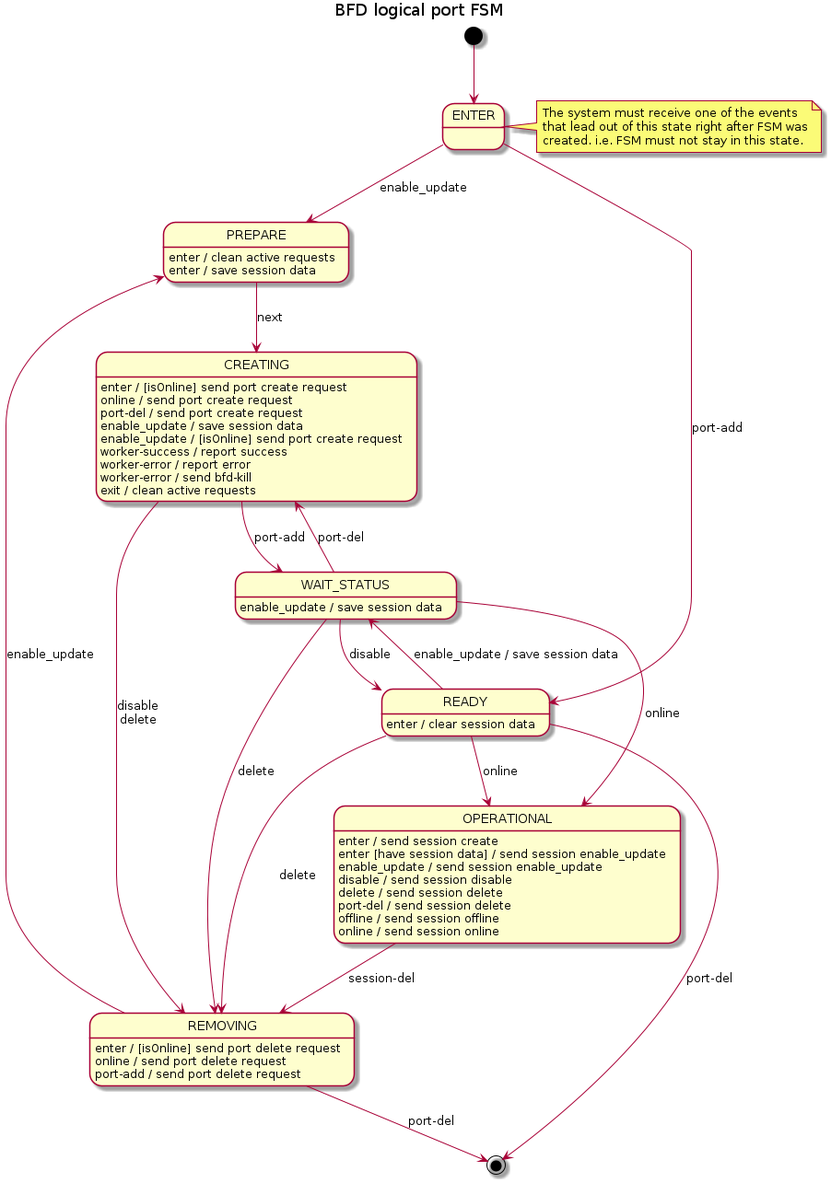
Before: docs/design/network-discovery/bfd-logical-port-FSM.png, a diagram exported from PlantUML (telstra/open-kilda).
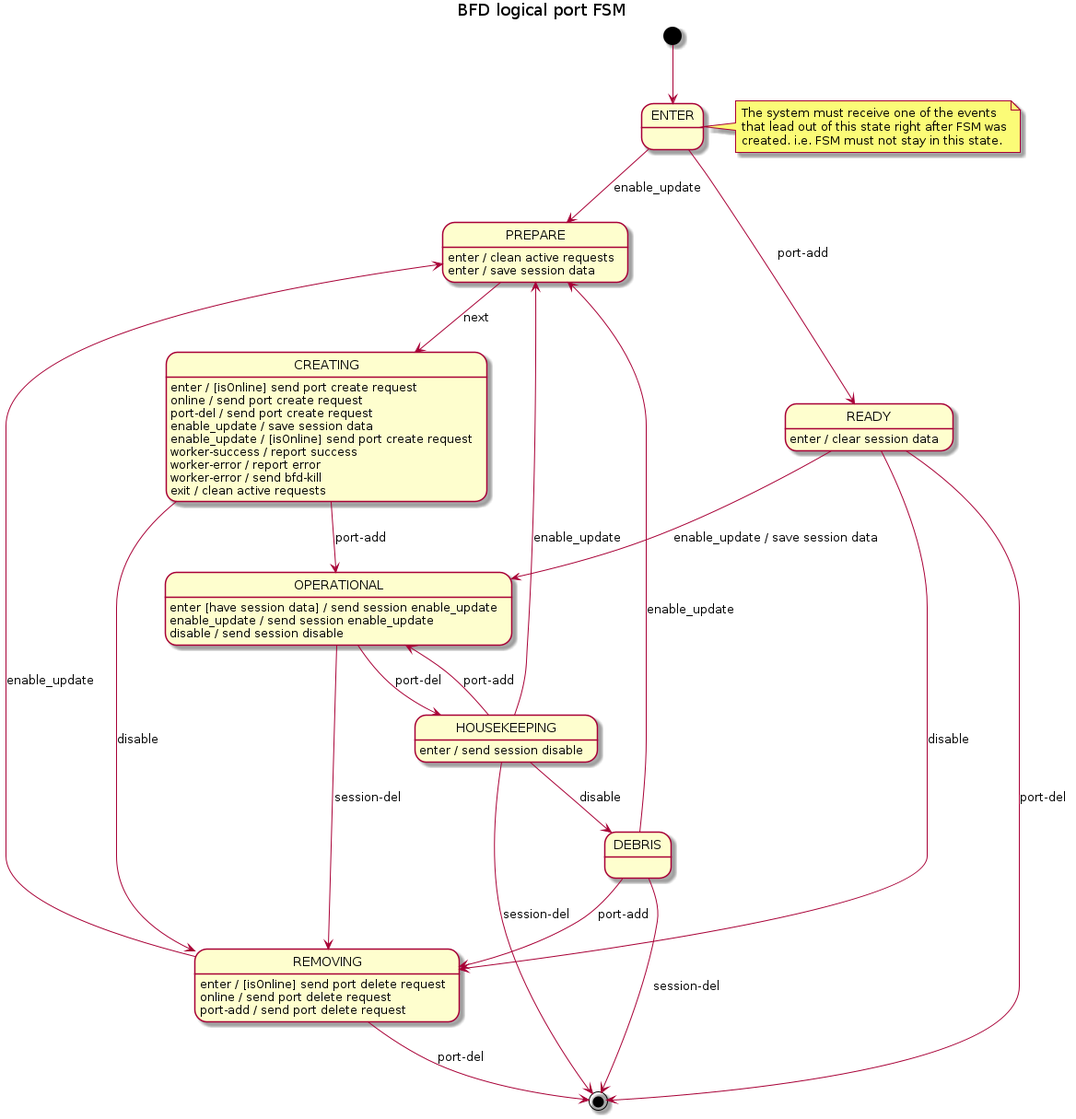
The same file after the commit.

Diff of the diagram source:
```diff
@@ -15,14 +15,13 @@
 PREPARE: enter / clean active requests
 PREPARE: enter / save session data
 
-READY --> OPERATIONAL : online
-READY --> WAIT_STATUS : enable_update / save session data
-READY --> REMOVING : delete
+READY --> OPERATIONAL : enable_update / save session data
+READY --> REMOVING : disable
 READY --> [*] : port-del
 READY : enter / clear session data
 
-CREATING --> WAIT_STATUS : port-add
-CREATING --> REMOVING : disable\ndelete
+CREATING --> OPERATIONAL : port-add
+CREATING -> REMOVING : disable
 CREATING: enter / [isOnline] send port create request
 CREATING: online / send port create request
 CREATING: port-del / send port create request
@@ -33,25 +32,26 @@
 CREATING: worker-error / send bfd-kill
 CREATING: exit / clean active requests
 
-WAIT_STATUS --> CREATING : port-del
-WAIT_STATUS --> OPERATIONAL : online
-WAIT_STATUS --> READY : disable
-WAIT_STATUS --> REMOVING : delete
-WAIT_STATUS : enable_update / save session data
-
 OPERATIONAL --> REMOVING : session-del
-OPERATIONAL: enter / send session create
+OPERATIONAL --> HOUSEKEEPING : port-del
 OPERATIONAL: enter [have session data] / send session enable_update
 OPERATIONAL: enable_update / send session enable_update
 OPERATIONAL: disable / send session disable
-OPERATIONAL: delete / send session delete
-OPERATIONAL: port-del / send session delete
-OPERATIONAL: offline / send session offline
-OPERATIONAL: online / send session online
 
 REMOVING --> PREPARE : enable_update
 REMOVING --> [*] : port-del
 REMOVING: enter / [isOnline] send port delete request
 REMOVING: online / send port delete request
 REMOVING: port-add / send port delete request
+
+HOUSEKEEPING --> OPERATIONAL : port-add
+HOUSEKEEPING --> [*] : session-del
+HOUSEKEEPING --> PREPARE : enable_update
+HOUSEKEEPING --> DEBRIS : disable
+HOUSEKEEPING : enter / send session disable
+
+DEBRIS --> [*] : session-del
+DEBRIS --> REMOVING : port-add
+DEBRIS --> PREPARE : enable_update
+
 @enduml
```
